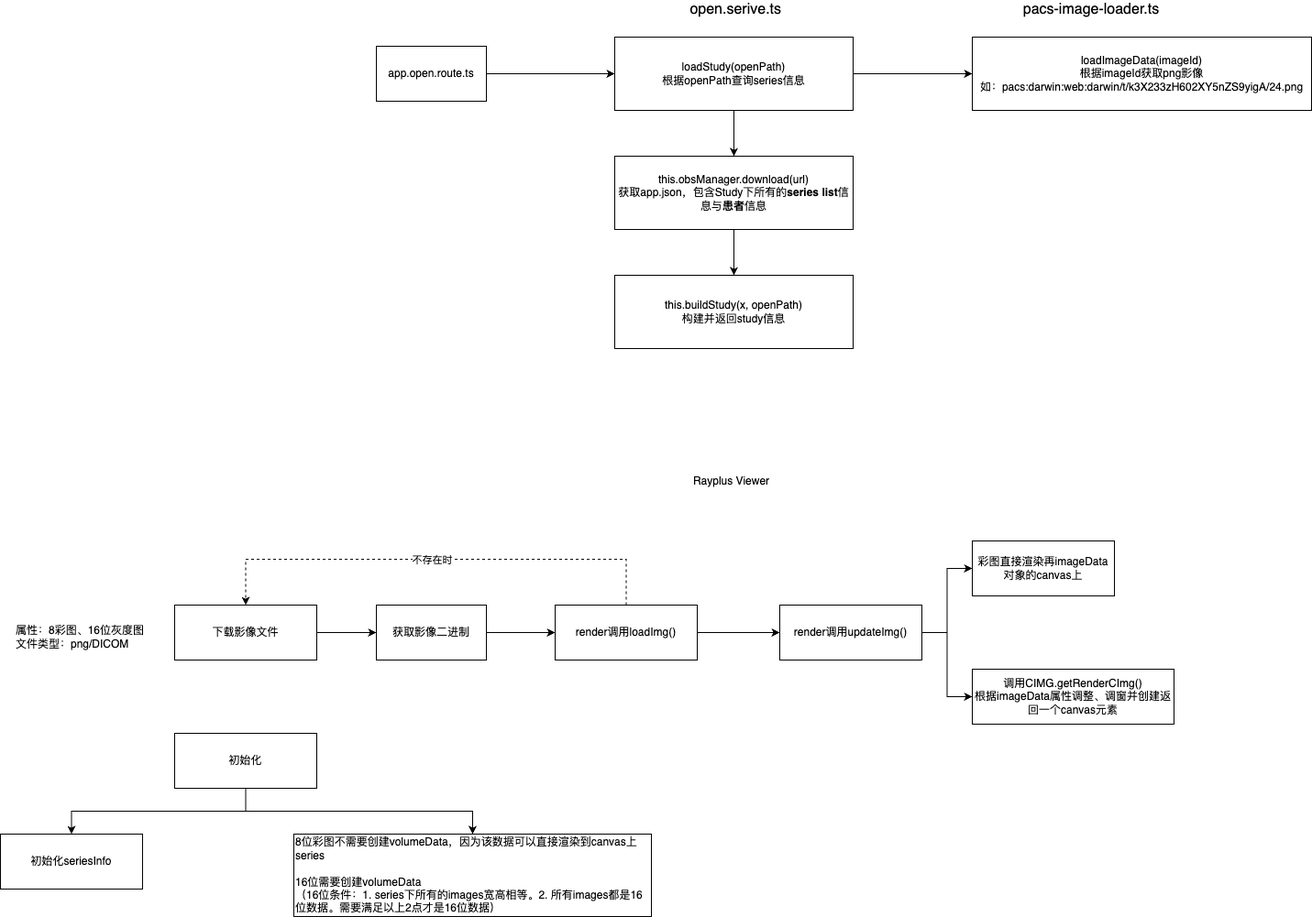
Earlier version of the draw.io export 影像阅片器.drawio.png (JYbill/draw). Source tidied: cells renumbered, new cells last; positions are measured from the earlier drawing's top-left corner, leaving out a move shared by most shapes.
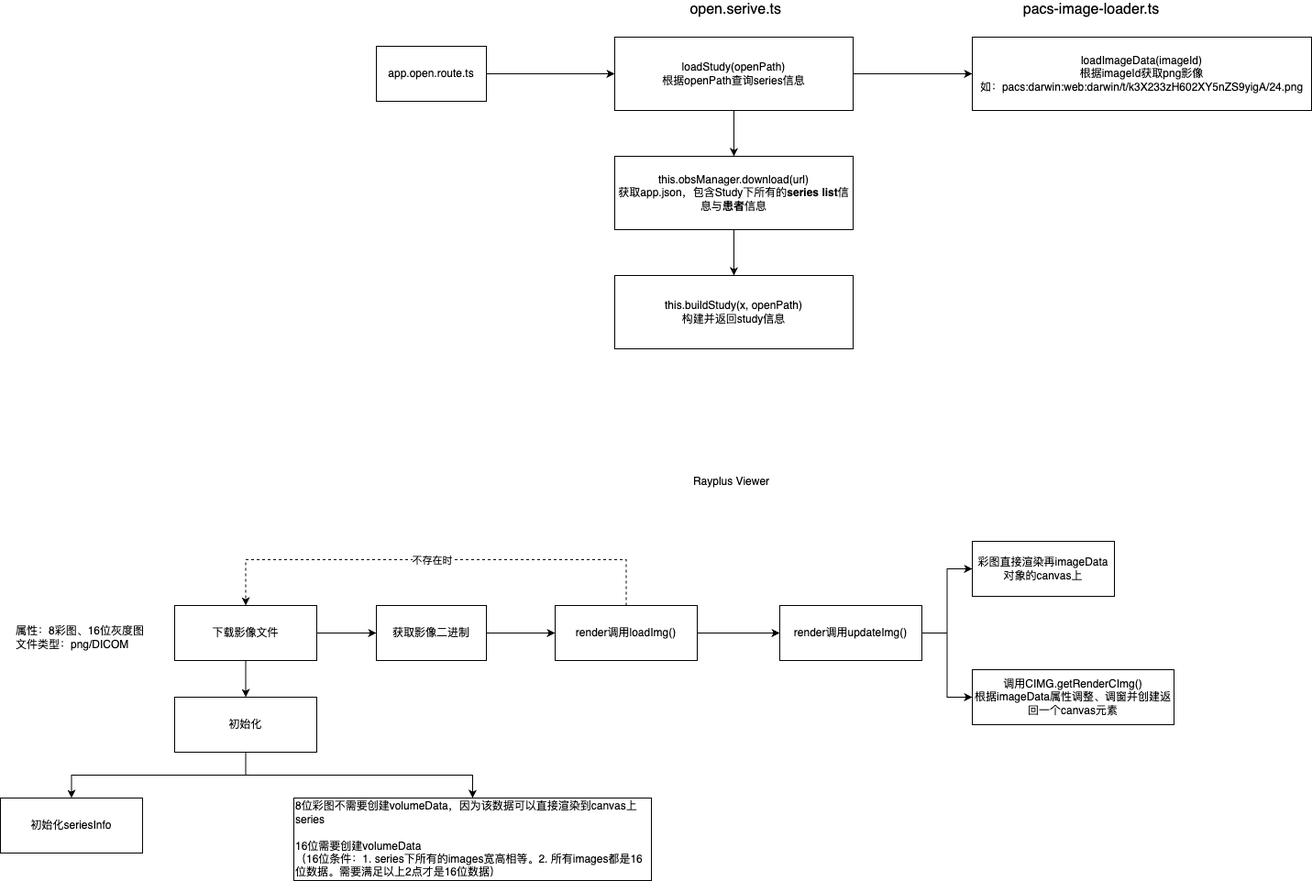
Above is the later version.

Commit message:
更新影像阅片器.drawio.png

Diff of the diagram source:
```diff
@@ -69,6 +69,9 @@
     <mxCell id="21" style="edgeStyle=orthogonalEdgeStyle;rounded=0;jettySize=auto;html=1;exitX=1;exitY=0.5;exitDx=0;exitDy=0;entryX=0;entryY=0.5;entryDx=0;entryDy=0;" parent="1" edge="1" source="22" target="15">
       <mxGeometry relative="1" as="geometry" />
     </mxCell>
+    <mxCell id="33" style="edgeStyle=orthogonalEdgeStyle;rounded=0;jettySize=auto;html=1;exitX=0.5;exitY=1;exitDx=0;exitDy=0;" parent="1" edge="1" source="22" target="30">
+      <mxGeometry relative="1" as="geometry" />
+    </mxCell>
     <mxCell id="22" value="下载影像文件" style="rounded=0;whiteSpace=wrap;html=1;" parent="1" vertex="1">
       <mxGeometry x="190" y="660" width="155" height="60" as="geometry" />
     </mxCell>
@@ -94,13 +97,13 @@
       <mxGeometry relative="1" as="geometry" />
     </mxCell>
     <mxCell id="30" value="初始化" style="rounded=0;whiteSpace=wrap;html=1;" parent="1" vertex="1">
-      <mxGeometry x="190" y="800" width="155" height="60" as="geometry" />
+      <mxGeometry x="190" y="760" width="155" height="60" as="geometry" />
     </mxCell>
     <mxCell id="31" value="初始化seriesInfo" style="rounded=0;whiteSpace=wrap;html=1;" parent="1" vertex="1">
-      <mxGeometry y="910" width="155" height="60" as="geometry" />
+      <mxGeometry y="870" width="155" height="60" as="geometry" />
     </mxCell>
     <mxCell id="32" value="8位彩图不需要创建volumeData，因为该数据可以直接渲染到canvas上&lt;br style=&quot;border-color: var(--border-color);&quot;&gt;series&lt;br&gt;&lt;br&gt;16位需要创建volumeData&lt;br&gt;（16位条件：1. series下所有的images宽高相等。2. 所有images都是16位数据。需要满足以上2点才是16位数据）" style="rounded=0;whiteSpace=wrap;html=1;align=left;" parent="1" vertex="1">
-      <mxGeometry x="320" y="910" width="390" height="90" as="geometry" />
+      <mxGeometry x="320" y="870" width="390" height="90" as="geometry" />
     </mxCell>
   </root>
 </mxGraphModel>
```
